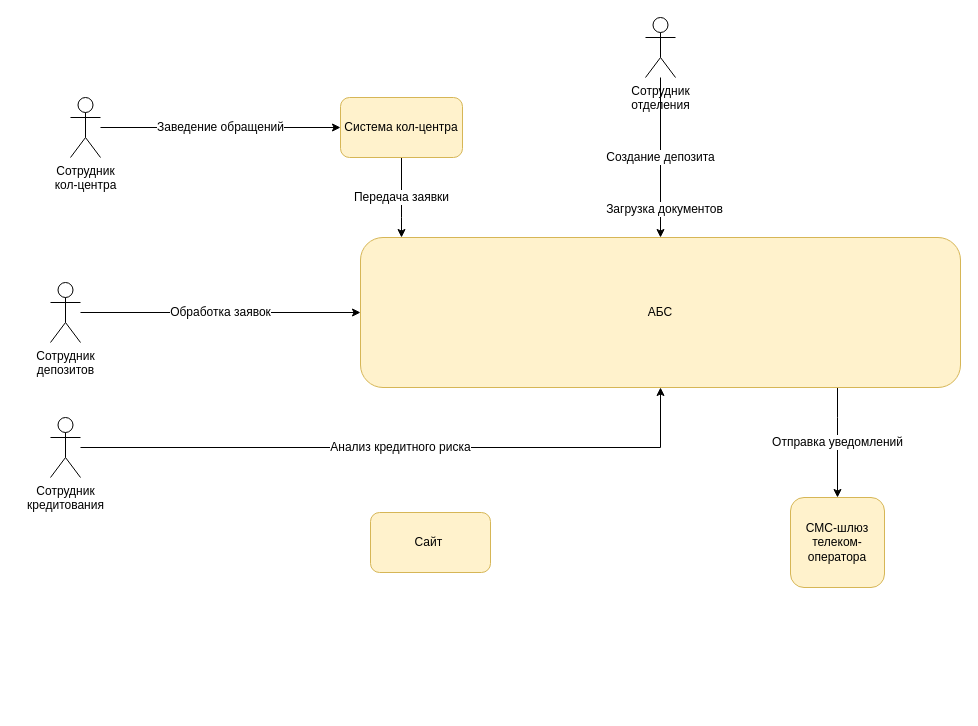
Earlier version of the draw.io diagram page "Схема инеграций" (2 of 2) of Exc1/it_landscape.drawio (asbelon/architecture-sprint-9). Source tidied: cells renumbered, new cells numbered last; positions are measured from the earlier drawing's top-left corner, leaving out a move shared by most shapes. Both pictures are drawn from the tidied source at 100%, with x=0, y=0 at pixel (50, 17).
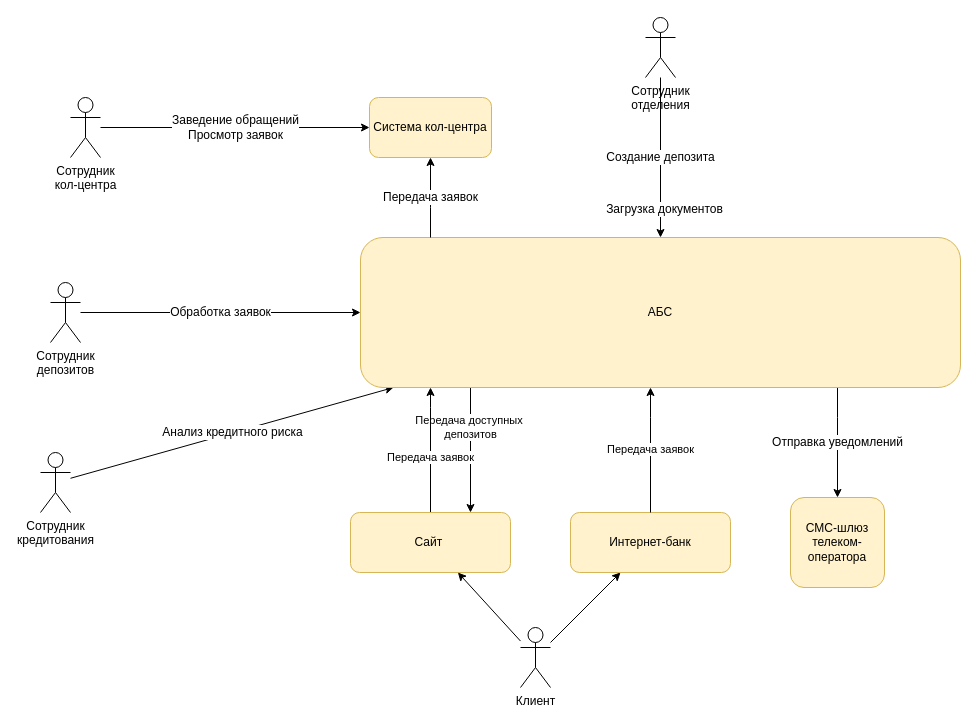
Above is the later version.

The change refers to these unchanged cells:
```xml
<mxCell id="3" value="Сотрудник &lt;br&gt;кол-центра" style="shape=umlActor;verticalLabelPosition=bottom;verticalAlign=top;html=1;outlineConnect=0;fontSize=12;" parent="1" vertex="1">
  <mxGeometry x="20" y="80" width="30" height="60" as="geometry" />
</mxCell>
<mxCell id="9" value="АБС" style="rounded=1;whiteSpace=wrap;html=1;fillColor=#fff2cc;strokeColor=#d6b656;align=center;verticalAlign=middle;" parent="1" vertex="1">
  <mxGeometry x="310" y="220" width="600" height="150" as="geometry" />
</mxCell>
```

Change to the diagram source:
```diff
@@
-    <mxCell id="2" value="Заведение обращений" style="edgeStyle=orthogonalEdgeStyle;rounded=0;jettySize=auto;html=1;fontSize=12;" parent="1" edge="1" source="3" target="11">
+    <mxCell id="2" value="Заведение обращений&lt;br&gt;Просмотр заявок" style="edgeStyle=orthogonalEdgeStyle;rounded=0;jettySize=auto;html=1;fontSize=12;" parent="1" edge="1" source="3" target="11">
       <mxGeometry relative="1" as="geometry" />
     </mxCell>
@@
-    <mxCell id="6" value="Анализ кредитного риска" style="edgeStyle=orthogonalEdgeStyle;rounded=0;jettySize=auto;html=1;fontSize=12;" parent="1" edge="1" source="7" target="9">
+    <mxCell id="6" value="Анализ кредитного риска" style="rounded=0;jettySize=auto;html=1;fontSize=12;" parent="1" edge="1" source="7" target="9">
       <mxGeometry relative="1" as="geometry" />
     </mxCell>
     <mxCell id="7" value="Сотрудник &lt;br&gt;кредитования" style="shape=umlActor;verticalLabelPosition=bottom;verticalAlign=top;html=1;outlineConnect=0;fontSize=12;" parent="1" vertex="1">
-      <mxGeometry y="400" width="30" height="60" as="geometry" />
+      <mxGeometry x="-10" y="435" width="30" height="60" as="geometry" />
     </mxCell>
@@
+    <mxCell id="17" value="Передача доступных&amp;nbsp;&lt;br&gt;депозитов" style="edgeStyle=orthogonalEdgeStyle;rounded=0;jettySize=auto;html=1;" parent="1" edge="1" source="9" target="13">
+      <mxGeometry x="-0.36" relative="1" as="geometry">
+        <Array as="points">
+          <mxPoint x="420" y="400" />
+          <mxPoint x="420" y="400" />
+        </Array>
+      </mxGeometry>
+    </mxCell>
@@
-    <mxCell id="10" value="Передача заявки" style="edgeStyle=orthogonalEdgeStyle;rounded=0;jettySize=auto;html=1;fontSize=12;" parent="1" edge="1" source="11" target="9">
+    <mxCell id="10" value="Передача заявок" style="edgeStyle=orthogonalEdgeStyle;rounded=0;jettySize=auto;html=1;fontSize=12;" parent="1" edge="1" source="9" target="11">
       <mxGeometry relative="1" as="geometry">
         <Array as="points">
-          <mxPoint x="351" y="200" />
-          <mxPoint x="351" y="200" />
+          <mxPoint x="380" y="190" />
+          <mxPoint x="380" y="190" />
         </Array>
       </mxGeometry>
     </mxCell>
     <mxCell id="11" value="Система кол-центра" style="rounded=1;whiteSpace=wrap;html=1;fillColor=#fff2cc;strokeColor=#d6b656;" parent="1" vertex="1">
-      <mxGeometry x="290" y="80" width="122" height="60" as="geometry" />
+      <mxGeometry x="319" y="80" width="122" height="60" as="geometry" />
     </mxCell>
@@
+    <mxCell id="18" value="Передача заявок" style="edgeStyle=orthogonalEdgeStyle;rounded=0;jettySize=auto;html=1;" parent="1" edge="1" source="13" target="9">
+      <mxGeometry x="-0.12" relative="1" as="geometry">
+        <Array as="points">
+          <mxPoint x="380" y="390" />
+          <mxPoint x="380" y="390" />
+        </Array>
+      </mxGeometry>
+    </mxCell>
     <mxCell id="13" value="Сайт&amp;nbsp;" style="rounded=1;whiteSpace=wrap;html=1;fillColor=#fff2cc;strokeColor=#d6b656;" parent="1" vertex="1">
-      <mxGeometry x="320" y="495" width="120" height="60" as="geometry" />
+      <mxGeometry x="300" y="495" width="160" height="60" as="geometry" />
     </mxCell>
@@
+    <mxCell id="19" style="rounded=0;jettySize=auto;html=1;" parent="1" edge="1" source="21" target="22">
+      <mxGeometry relative="1" as="geometry" />
+    </mxCell>
+    <mxCell id="20" style="edgeStyle=none;rounded=0;jettySize=auto;html=1;" parent="1" edge="1" source="21" target="13">
+      <mxGeometry relative="1" as="geometry" />
+    </mxCell>
+    <mxCell id="21" value="Клиент" style="shape=umlActor;verticalLabelPosition=bottom;verticalAlign=top;html=1;outlineConnect=0;fontSize=12;" parent="1" vertex="1">
+      <mxGeometry x="470" y="610" width="30" height="60" as="geometry" />
+    </mxCell>
+    <mxCell id="22" value="Интернет-банк" style="rounded=1;whiteSpace=wrap;html=1;fillColor=#fff2cc;strokeColor=#d6b656;" parent="1" vertex="1">
+      <mxGeometry x="520" y="495" width="160" height="60" as="geometry" />
+    </mxCell>
+    <mxCell id="23" value="Передача заявок" style="edgeStyle=orthogonalEdgeStyle;rounded=0;jettySize=auto;html=1;" parent="1" edge="1" source="22" target="9">
+      <mxGeometry relative="1" as="geometry">
+        <Array as="points">
+          <mxPoint x="600" y="400" />
+          <mxPoint x="600" y="400" />
+        </Array>
+      </mxGeometry>
+    </mxCell>
```
